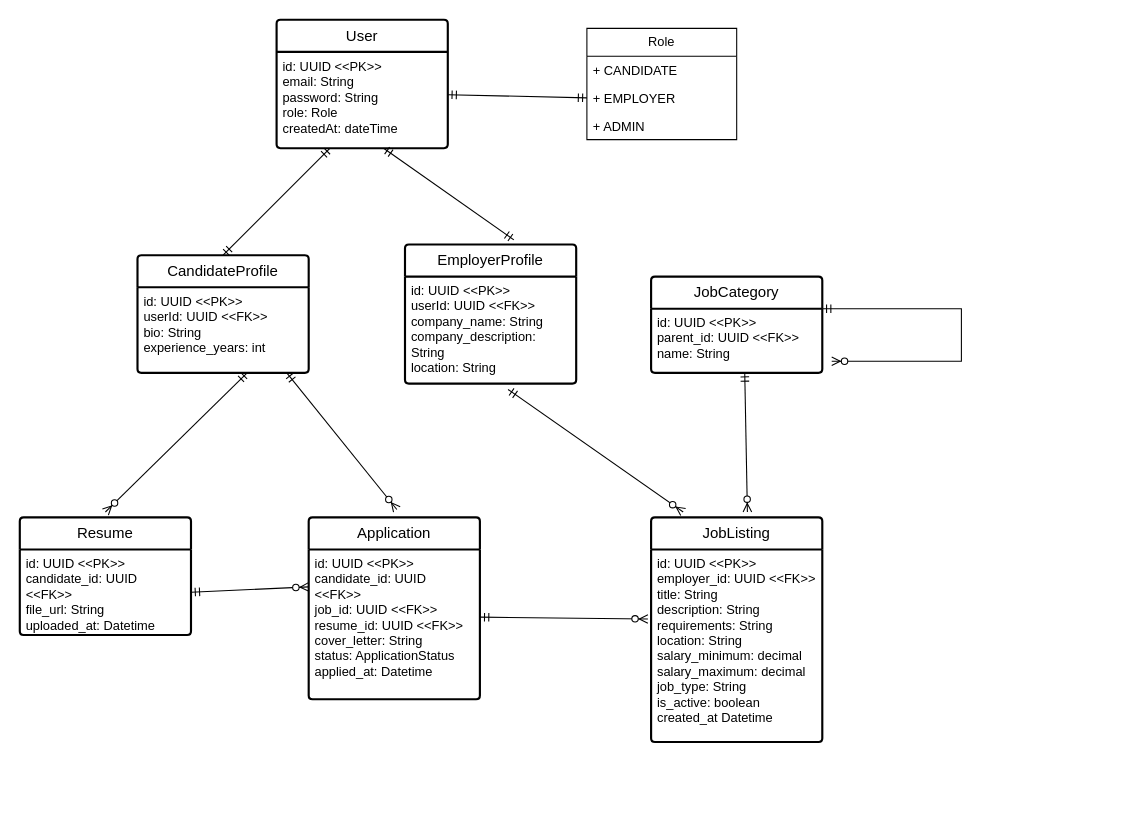
Chiamie/job-board-project keeps this draw.io diagram as page "erd diagram" (3 of 4) of job-search-uml.drawio. Above is the earlier version. Source tidied: cells renumbered, new cells numbered last; positions are measured from the earlier drawing's top-left corner, leaving out a move shared by most shapes. Both pictures are drawn from the tidied source at 107%, with x=0, y=0 at pixel (19, 19).
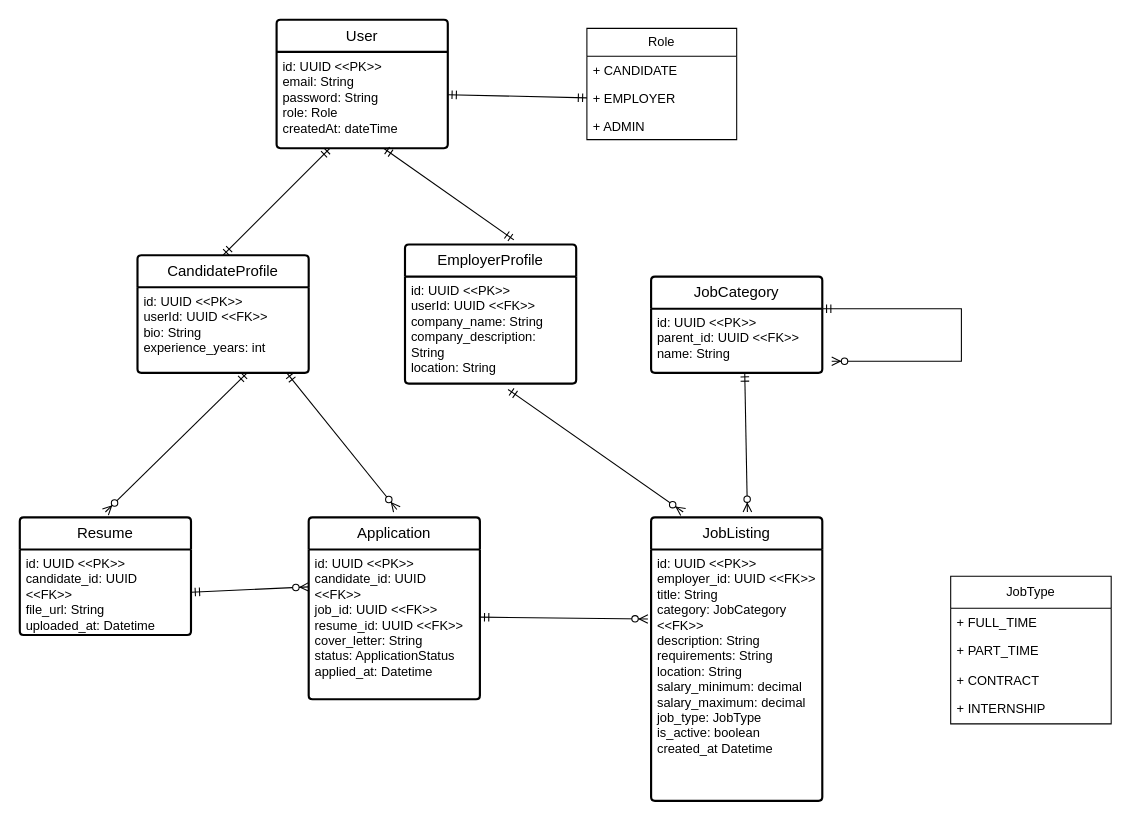
The same page after the edit.

Change to the diagram source:
```diff
@@
     <mxCell id="19" value="JobListing" style="swimlane;horizontal=1;startSize=30;rounded=1;fontSize=14;fontStyle=0;strokeWidth=2;shadow=0;dashed=0;align=center;arcSize=4;whiteSpace=wrap;html=1;" parent="1" vertex="1">
-      <mxGeometry x="590" y="465" width="160" height="210" as="geometry" />
+      <mxGeometry x="590" y="465" width="160" height="265" as="geometry" />
     </mxCell>
-    <mxCell id="20" value="id: UUID &amp;lt;&amp;lt;PK&amp;gt;&amp;gt;&lt;div&gt;employer_id: UUID &amp;lt;&amp;lt;FK&amp;gt;&amp;gt;&lt;/div&gt;&lt;div&gt;title: String&lt;/div&gt;&lt;div&gt;description: String&lt;/div&gt;&lt;div&gt;requirements: String&lt;/div&gt;&lt;div&gt;location: String&lt;/div&gt;&lt;div&gt;salary_minimum: decimal&lt;/div&gt;&lt;div&gt;salary_maximum: decimal&lt;/div&gt;&lt;div&gt;job_type: String&lt;/div&gt;&lt;div&gt;is_active: boolean&lt;/div&gt;&lt;div&gt;created_at Datetime&lt;/div&gt;&lt;div&gt;&lt;br&gt;&lt;/div&gt;" style="align=left;strokeColor=none;fillColor=none;spacingLeft=4;spacingRight=4;fontSize=12;verticalAlign=top;html=1;whiteSpace=wrap;" parent="19" vertex="1">
-      <mxGeometry y="30" width="160" height="180" as="geometry" />
+    <mxCell id="20" value="id: UUID &amp;lt;&amp;lt;PK&amp;gt;&amp;gt;&lt;div&gt;employer_id: UUID &amp;lt;&amp;lt;FK&amp;gt;&amp;gt;&lt;/div&gt;&lt;div&gt;title: String&lt;/div&gt;&lt;div&gt;category: JobCategory &amp;lt;&amp;lt;FK&amp;gt;&amp;gt;&lt;/div&gt;&lt;div&gt;description: String&lt;/div&gt;&lt;div&gt;requirements: String&lt;/div&gt;&lt;div&gt;location: String&lt;/div&gt;&lt;div&gt;salary_minimum: decimal&lt;/div&gt;&lt;div&gt;salary_maximum: decimal&lt;/div&gt;&lt;div&gt;job_type: JobType&lt;/div&gt;&lt;div&gt;is_active: boolean&lt;/div&gt;&lt;div&gt;created_at Datetime&lt;/div&gt;&lt;div&gt;&lt;br&gt;&lt;/div&gt;" style="align=left;strokeColor=none;fillColor=none;spacingLeft=4;spacingRight=4;fontSize=12;verticalAlign=top;html=1;whiteSpace=wrap;" parent="19" vertex="1">
+      <mxGeometry y="30" width="160" height="235" as="geometry" />
     </mxCell>
@@
+    <mxCell id="30" value="JobType" style="swimlane;fontStyle=0;horizontal=1;startSize=30;fillColor=none;whiteSpace=wrap;html=1;" parent="1" vertex="1">
+      <mxGeometry x="870" y="520" width="150" height="138" as="geometry" />
+    </mxCell>
+    <mxCell id="31" value="+ FULL_TIME" style="text;strokeColor=none;fillColor=none;align=left;verticalAlign=top;spacingLeft=4;spacingRight=4;overflow=hidden;whiteSpace=wrap;html=1;" parent="30" vertex="1">
+      <mxGeometry y="30" width="150" height="26" as="geometry" />
+    </mxCell>
+    <mxCell id="32" value="+ PART_TIME" style="text;strokeColor=none;fillColor=none;align=left;verticalAlign=top;spacingLeft=4;spacingRight=4;overflow=hidden;whiteSpace=wrap;html=1;" parent="30" vertex="1">
+      <mxGeometry y="56" width="150" height="28" as="geometry" />
+    </mxCell>
+    <mxCell id="33" value="+ CONTRACT" style="text;strokeColor=none;fillColor=none;align=left;verticalAlign=top;spacingLeft=4;spacingRight=4;overflow=hidden;whiteSpace=wrap;html=1;" parent="30" vertex="1">
+      <mxGeometry y="84" width="150" height="26" as="geometry" />
+    </mxCell>
+    <mxCell id="34" value="+ INTERNSHIP" style="text;strokeColor=none;fillColor=none;align=left;verticalAlign=top;spacingLeft=4;spacingRight=4;overflow=hidden;whiteSpace=wrap;html=1;" parent="30" vertex="1">
+      <mxGeometry y="110" width="150" height="28" as="geometry" />
+    </mxCell>
```
